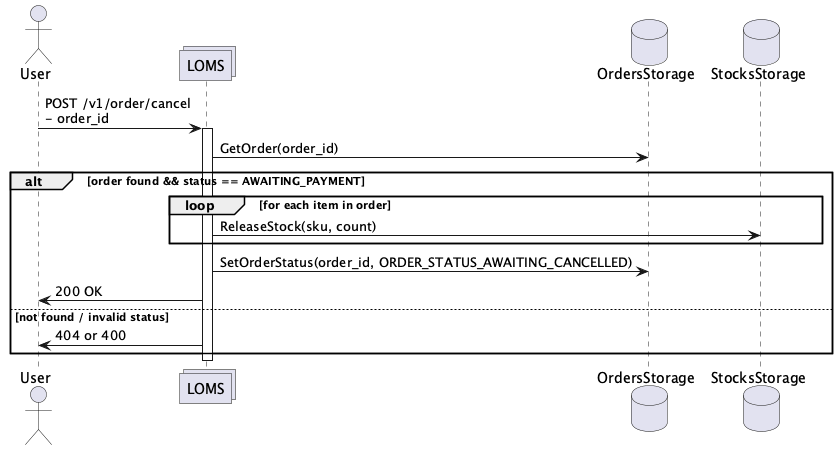
igoroutine-courses/microservices.ecommerce_tests keeps this PlantUML diagram as hw1/docs/img/loms-order-cancel.png. Above is the earlier version.
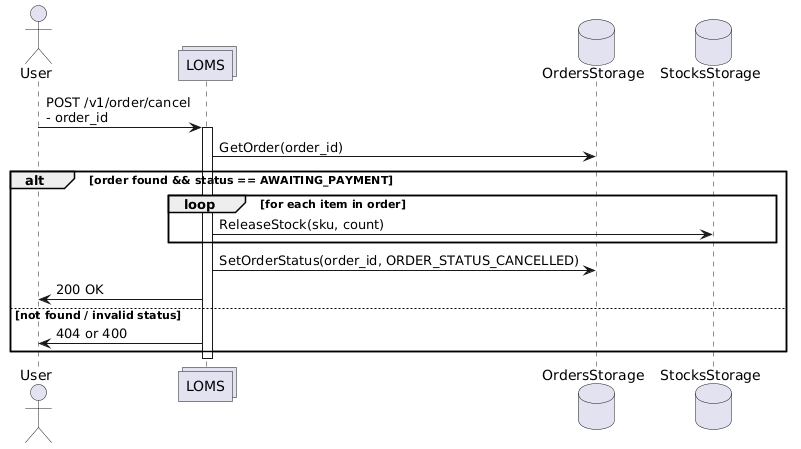
After the change.

Change to the diagram source:
```diff
@@ -1,5 +1,4 @@
 @startuml
-
 actor User as u
 collections LOMS as l
 database OrdersStorage as os
@@ -12,11 +11,10 @@
   loop for each item in order
     l -> ss : ReleaseStock(sku, count)
   end
-  l -> os : SetOrderStatus(order_id, ORDER_STATUS_AWAITING_CANCELLED)
+  l -> os : SetOrderStatus(order_id, ORDER_STATUS_CANCELLED)
   l -> u : 200 OK
 else not found / invalid status
   l -> u : 404 or 400
 end
 deactivate l
-
 @enduml
```
